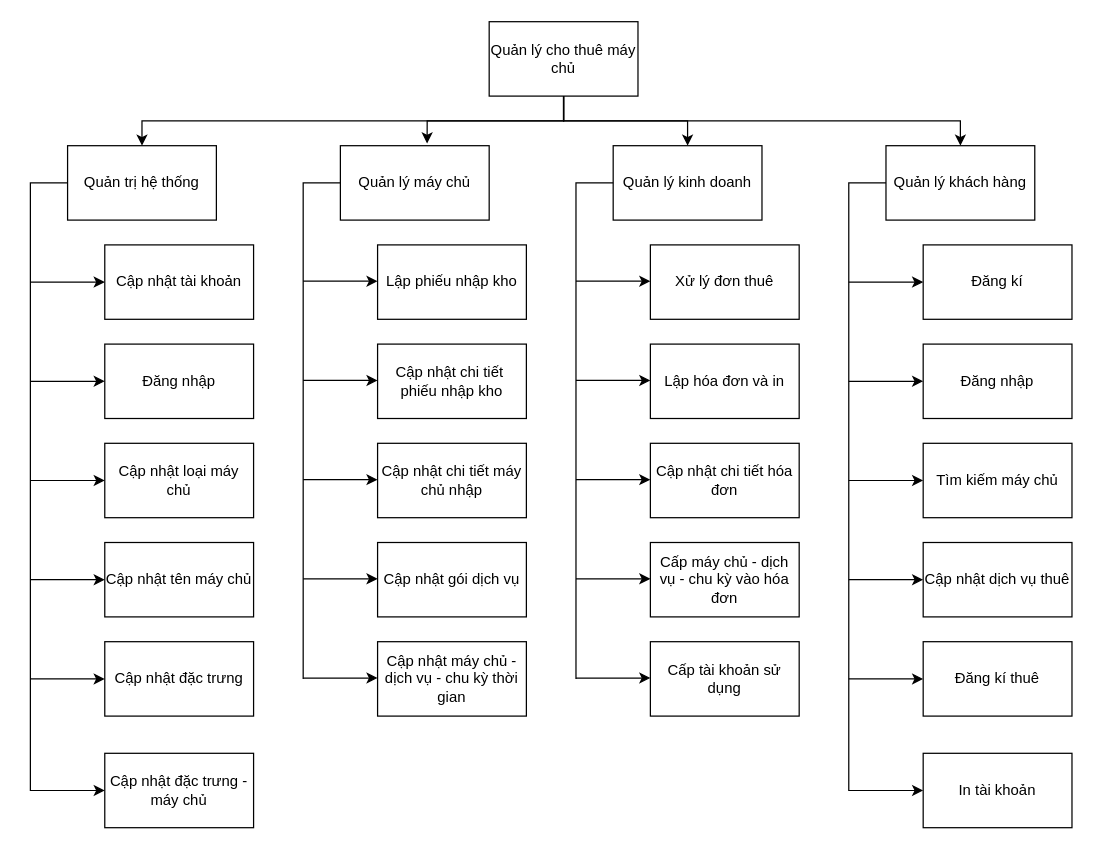
Earlier version of the draw.io diagram XD quan ly cho thue may chu.drawio (frozenproof/dactaphanmem). Source tidied: cells renumbered, new cells numbered last; positions are measured from the earlier drawing's top-left corner, leaving out a move shared by most shapes. Both pictures are drawn from the tidied source at 124%, with x=0, y=0 at pixel (30, 21).
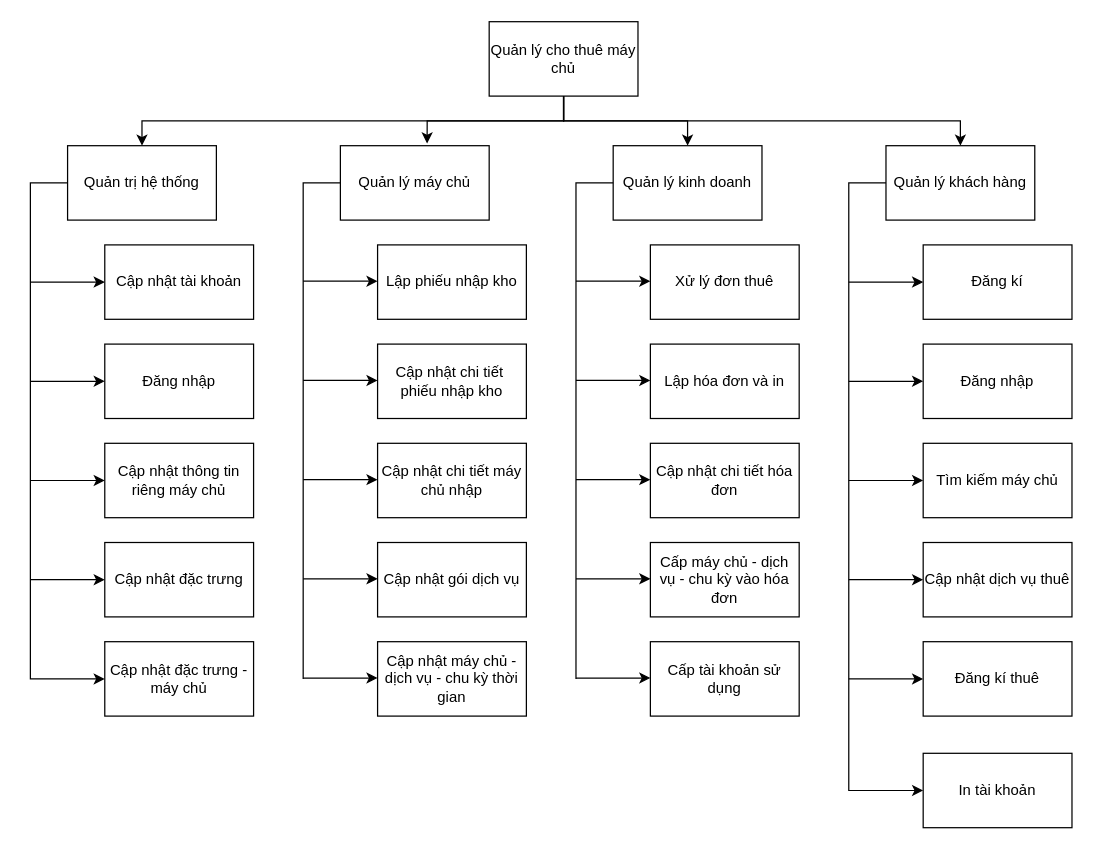
After the change.

Diff of the diagram source:
```diff
@@
-    <mxCell id="9" value="Cập nhật loại máy chủ" style="rounded=0;whiteSpace=wrap;html=1;" parent="1" vertex="1">
-      <mxGeometry x="60" y="340" width="120" height="60" as="geometry" />
-    </mxCell>
-    <mxCell id="10" value="Cập nhật tên máy chủ" style="rounded=0;whiteSpace=wrap;html=1;" parent="1" vertex="1">
-      <mxGeometry x="60" y="420" width="120" height="60" as="geometry" />
+    <mxCell id="10" value="Cập nhật thông tin riêng máy chủ" style="rounded=0;whiteSpace=wrap;html=1;" parent="1" vertex="1">
+      <mxGeometry x="60" y="340" width="120" height="60" as="geometry" />
     </mxCell>
     <mxCell id="11" value="Cập nhật đặc trưng" style="rounded=0;whiteSpace=wrap;html=1;" parent="1" vertex="1">
-      <mxGeometry x="60" y="500" width="120" height="60" as="geometry" />
+      <mxGeometry x="60" y="420" width="120" height="60" as="geometry" />
     </mxCell>
     <mxCell id="12" value="Cập nhật đặc trưng - máy chủ" style="rounded=0;whiteSpace=wrap;html=1;" parent="1" vertex="1">
-      <mxGeometry x="60" y="590" width="120" height="60" as="geometry" />
+      <mxGeometry x="60" y="500" width="120" height="60" as="geometry" />
     </mxCell>
@@
-    <mxCell id="51" style="edgeStyle=orthogonalEdgeStyle;rounded=0;orthogonalLoop=1;jettySize=auto;html=1;entryX=0;entryY=0.5;entryDx=0;entryDy=0;" parent="1" edge="1">
+    <mxCell id="51" style="edgeStyle=orthogonalEdgeStyle;rounded=0;jettySize=auto;html=1;entryX=0;entryY=0.5;entryDx=0;entryDy=0;" parent="1" edge="1" target="12">
       <mxGeometry relative="1" as="geometry">
         <mxPoint x="30" y="130" as="sourcePoint" />
-        <mxPoint x="60" y="620" as="targetPoint" />
         <Array as="points">
           <mxPoint y="130" />
-          <mxPoint y="620" />
+          <mxPoint y="530" />
         </Array>
       </mxGeometry>
     </mxCell>
@@
-    <mxCell id="55" style="endArrow=classic;html=1;rounded=0;entryX=0;entryY=0.5;entryDx=0;entryDy=0;" parent="1" edge="1">
-      <mxGeometry relative="1" as="geometry">
-        <mxPoint y="450" as="sourcePoint" />
-        <mxPoint x="60" y="450" as="targetPoint" />
-      </mxGeometry>
-    </mxCell>
     <mxCell id="56" style="endArrow=classic;html=1;rounded=0;" parent="1" edge="1">
       <mxGeometry relative="1" as="geometry">
-        <mxPoint y="530" as="sourcePoint" />
-        <mxPoint x="60" y="530" as="targetPoint" />
+        <mxPoint y="450" as="sourcePoint" />
+        <mxPoint x="60" y="450" as="targetPoint" />
       </mxGeometry>
     </mxCell>
```
